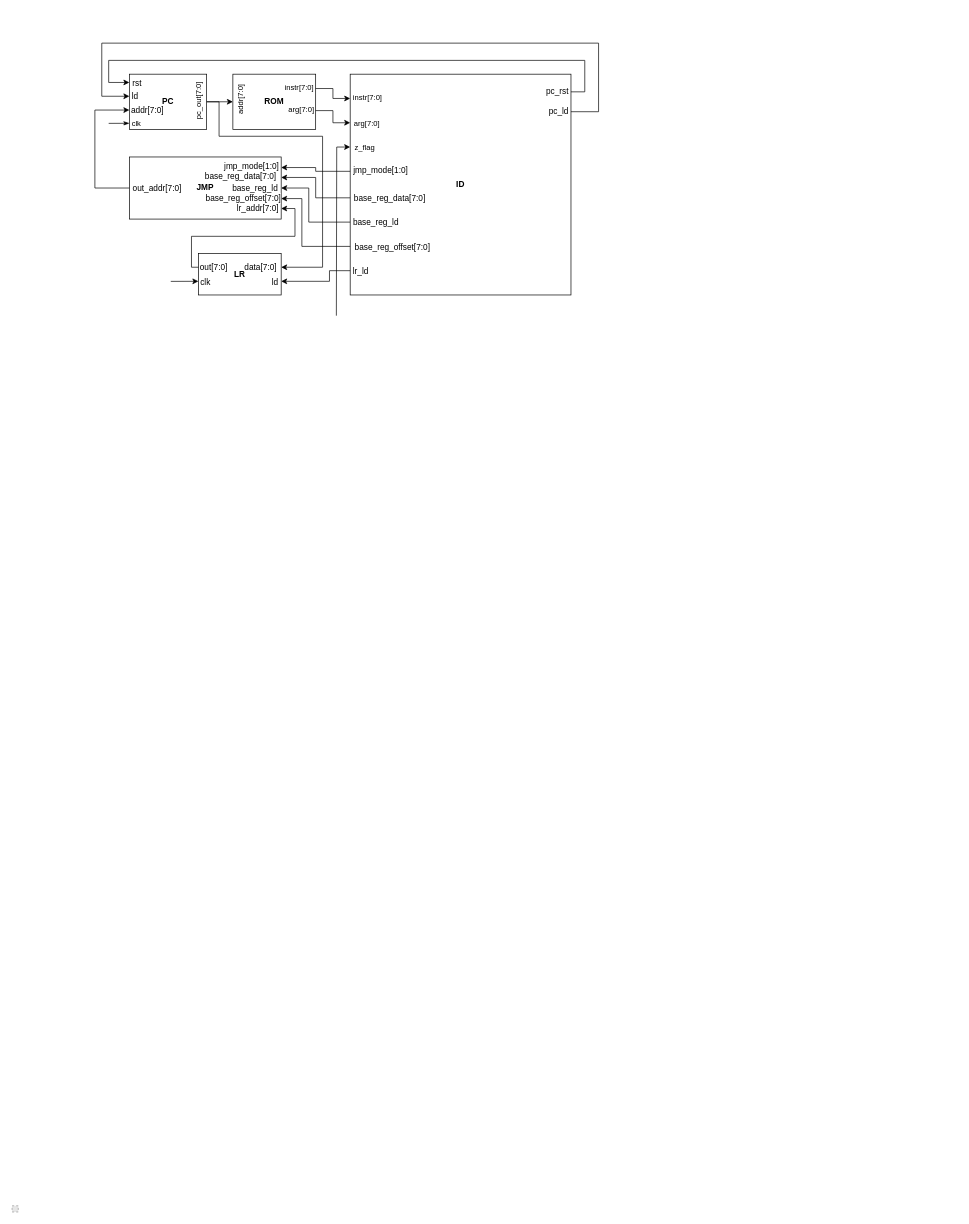
Above: Docs/cpu.drawio in orszoooo/OneCycleCPU (draw.io), before the change. Source tidied: cells renumbered, new cells numbered last; positions are measured from the earlier drawing's top-left corner, leaving out a move shared by most shapes. Both pictures are drawn from the tidied source at 69%, with x=0, y=0 at pixel (12, 43). Pictures stored in the file or linked from it are replaced by grey dashed boxes.
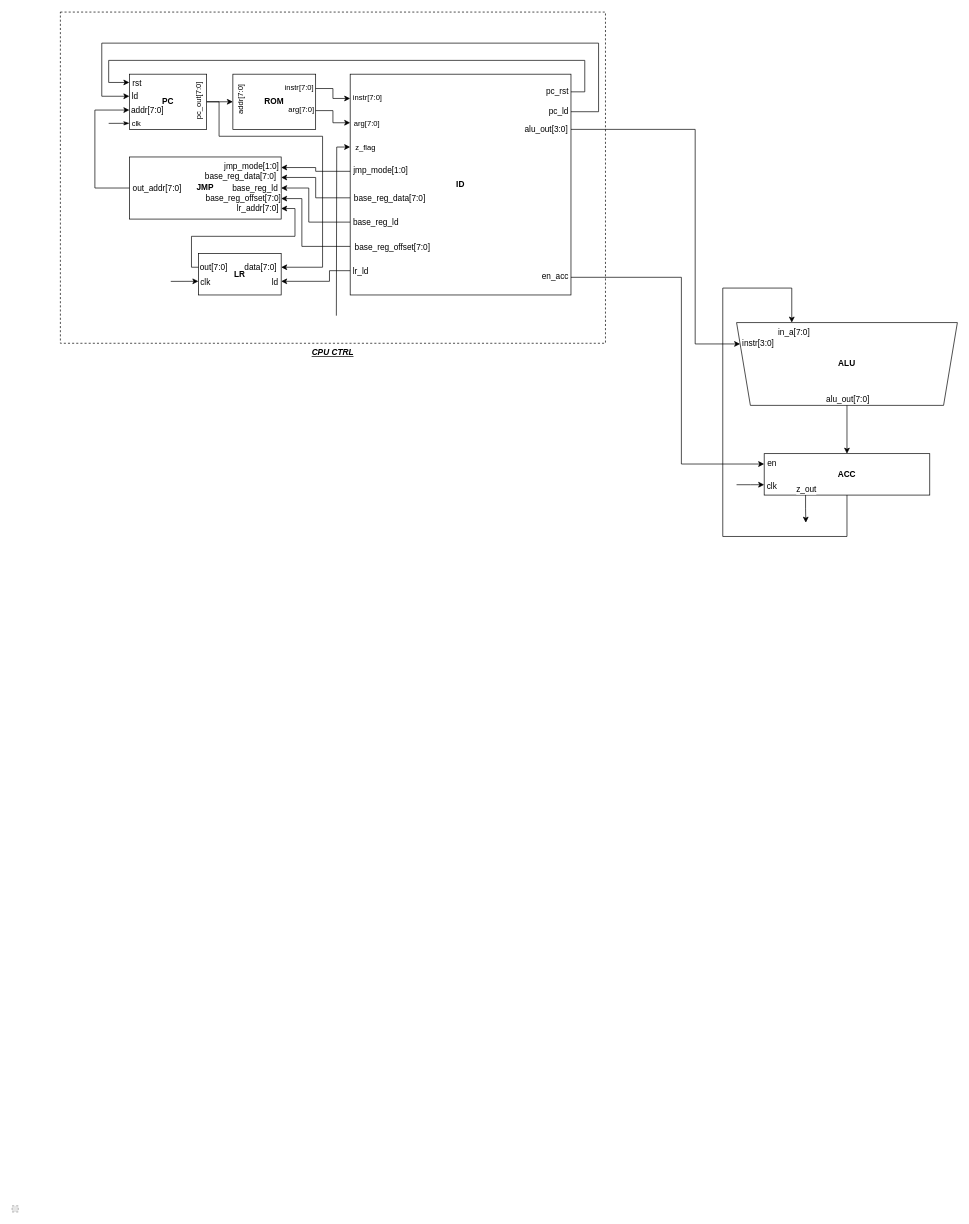
After the change.

The change refers to these unchanged cells:
```xml
<mxCell id="2" value="&lt;p&gt;&lt;span&gt;ID&lt;/span&gt;&lt;/p&gt;" style="rounded=0;whiteSpace=wrap;html=1;points=[[0,0.11,0,0,0],[0,0.22,0,0,0],[0,0.33,0,0,0],[0,0.44,0,0,0],[0,0.56,0,0,0],[0,0.67,0,0,0],[0,0.78,0,0,0],[0,0.89,0,0,0],[1,0.08,0,0,0],[1,0.17,0,0,0],[1,0.25,0,0,0],[1,0.33,0,0,0],[1,0.42,0,0,0],[1,0.5,0,0,0],[1,0.58,0,0,0],[1,0.67,0,0,0],[1,0.75,0,0,0],[1,0.83,0,0,0],[1,0.92,0,0,0]];fontStyle=1;" parent="1" vertex="1">
  <mxGeometry x="490" y="45" width="320" height="320" as="geometry" />
</mxCell>
<mxCell id="32" style="edgeStyle=orthogonalEdgeStyle;html=1;exitX=0;exitY=0.33;exitDx=0;exitDy=0;exitPerimeter=0;startArrow=classic;startFill=1;endArrow=none;endFill=0;rounded=0;" parent="1" edge="1" source="2">
  <mxGeometry relative="1" as="geometry">
    <mxPoint x="470" y="395" as="targetPoint" />
  </mxGeometry>
</mxCell>
```

Diff of the diagram source:
```diff
@@
+    <mxCell id="52" value="ACC" style="rounded=0;whiteSpace=wrap;html=1;strokeColor=default;fontFamily=Helvetica;fontSize=12;fontColor=default;fillColor=default;fontStyle=1;points=[[0,0.25,0,0,0],[0,0.75,0,0,0],[0.25,1,0,0,0],[0.5,0,0,0,0],[0.5,1,0,0,0]];" parent="1" vertex="1">
+      <mxGeometry x="1090" y="595" width="240" height="60" as="geometry" />
+    </mxCell>
+    <mxCell id="53" style="edgeStyle=orthogonalEdgeStyle;rounded=0;sketch=0;hachureGap=4;jiggle=2;curveFitting=1;html=1;exitX=0;exitY=0.75;exitDx=0;exitDy=0;exitPerimeter=0;fontFamily=Helvetica;fontSize=12;fontColor=default;startArrow=classic;startFill=1;endArrow=none;endFill=0;" parent="1" edge="1" source="52">
+      <mxGeometry relative="1" as="geometry">
+        <mxPoint x="1050" y="640" as="targetPoint" />
+      </mxGeometry>
+    </mxCell>
+    <mxCell id="54" value="clk" style="edgeLabel;html=1;align=center;verticalAlign=middle;fontSize=12;fontFamily=Helvetica;fontColor=default;" parent="53" vertex="1">
+      <mxGeometry x="-0.28" y="1" relative="1" as="geometry">
+        <mxPoint x="25" as="offset" />
+      </mxGeometry>
+    </mxCell>
+    <mxCell id="55" value="CPU CTRL" style="rounded=0;whiteSpace=wrap;html=1;strokeColor=default;fontFamily=Helvetica;fontSize=12;fontColor=default;fillColor=none;labelPosition=center;verticalLabelPosition=bottom;align=center;verticalAlign=top;fontStyle=7;dashed=1;" parent="1" vertex="1">
+      <mxGeometry x="70" y="-45" width="790" height="480" as="geometry" />
+    </mxCell>
+    <mxCell id="56" style="edgeStyle=orthogonalEdgeStyle;rounded=0;sketch=0;hachureGap=4;jiggle=2;curveFitting=1;html=1;exitX=1;exitY=0.92;exitDx=0;exitDy=0;exitPerimeter=0;fontFamily=Helvetica;fontSize=12;fontColor=default;startArrow=none;startFill=0;endArrow=classic;endFill=1;entryX=0;entryY=0.25;entryDx=0;entryDy=0;entryPerimeter=0;" parent="1" edge="1" source="2" target="52">
+      <mxGeometry relative="1" as="geometry">
+        <Array as="points">
+          <mxPoint x="970" y="339" />
+          <mxPoint x="970" y="610" />
+        </Array>
+      </mxGeometry>
+    </mxCell>
+    <mxCell id="57" value="en_acc" style="edgeLabel;html=1;align=center;verticalAlign=middle;fontSize=12;fontFamily=Helvetica;fontColor=default;" parent="56" vertex="1">
+      <mxGeometry x="-0.95" y="-2" relative="1" as="geometry">
+        <mxPoint x="-38" y="-3" as="offset" />
+      </mxGeometry>
+    </mxCell>
+    <mxCell id="58" value="en" style="edgeLabel;html=1;align=center;verticalAlign=middle;fontSize=12;fontFamily=Helvetica;fontColor=default;" parent="56" vertex="1">
+      <mxGeometry x="0.93" y="2" relative="1" as="geometry">
+        <mxPoint x="30" as="offset" />
+      </mxGeometry>
+    </mxCell>
+    <mxCell id="59" value="ALU" style="shape=trapezoid;perimeter=trapezoidPerimeter;whiteSpace=wrap;html=1;fixedSize=1;rounded=0;strokeColor=default;fontFamily=Helvetica;fontSize=12;fontColor=default;fillColor=default;flipV=1;fontStyle=1;" parent="1" vertex="1">
+      <mxGeometry x="1050" y="405" width="320" height="120" as="geometry" />
+    </mxCell>
+    <mxCell id="60" style="edgeStyle=orthogonalEdgeStyle;rounded=0;sketch=0;hachureGap=4;jiggle=2;curveFitting=1;html=1;exitX=0.5;exitY=1;exitDx=0;exitDy=0;fontFamily=Helvetica;fontSize=12;fontColor=default;startArrow=none;startFill=0;endArrow=classic;endFill=1;entryX=0.5;entryY=0;entryDx=0;entryDy=0;" parent="1" edge="1" source="59" target="52">
+      <mxGeometry relative="1" as="geometry" />
+    </mxCell>
+    <mxCell id="61" value="alu_out[7:0]" style="edgeLabel;html=1;align=center;verticalAlign=middle;fontSize=12;fontFamily=Helvetica;fontColor=default;" parent="60" vertex="1">
+      <mxGeometry x="-0.73" relative="1" as="geometry">
+        <mxPoint y="-19" as="offset" />
+      </mxGeometry>
+    </mxCell>
+    <mxCell id="62" style="edgeStyle=orthogonalEdgeStyle;rounded=0;sketch=0;hachureGap=4;jiggle=2;curveFitting=1;html=1;exitX=1;exitY=0.25;exitDx=0;exitDy=0;exitPerimeter=0;fontFamily=Helvetica;fontSize=12;fontColor=default;startArrow=none;startFill=0;endArrow=classic;endFill=1;entryX=0;entryY=0.25;entryDx=0;entryDy=0;" parent="1" edge="1" source="2" target="59">
+      <mxGeometry relative="1" as="geometry">
+        <Array as="points">
+          <mxPoint x="990" y="125" />
+          <mxPoint x="990" y="436" />
+        </Array>
+      </mxGeometry>
+    </mxCell>
+    <mxCell id="63" value="instr[3:0]" style="edgeLabel;html=1;align=center;verticalAlign=middle;fontSize=12;fontFamily=Helvetica;fontColor=default;" parent="62" vertex="1">
+      <mxGeometry x="0.8" y="-4" relative="1" as="geometry">
+        <mxPoint x="80" y="-5" as="offset" />
+      </mxGeometry>
+    </mxCell>
+    <mxCell id="64" value="alu_out[3:0]" style="edgeLabel;html=1;align=center;verticalAlign=middle;fontSize=12;fontFamily=Helvetica;fontColor=default;" parent="62" vertex="1">
+      <mxGeometry x="-0.86" y="-2" relative="1" as="geometry">
+        <mxPoint x="-76" y="-3" as="offset" />
+      </mxGeometry>
+    </mxCell>
@@
     <mxCell id="33" value="z_flag" style="edgeLabel;html=1;align=center;verticalAlign=middle;" parent="32" vertex="1">
       <mxGeometry x="0.39" y="2" relative="1" as="geometry">
-        <mxPoint x="38" y="-163" as="offset" />
+        <mxPoint x="39" y="-163" as="offset" />
       </mxGeometry>
     </mxCell>
@@
+    <mxCell id="65" style="edgeStyle=orthogonalEdgeStyle;rounded=0;sketch=0;hachureGap=4;jiggle=2;curveFitting=1;html=1;exitX=0.5;exitY=1;exitDx=0;exitDy=0;fontFamily=Helvetica;fontSize=12;fontColor=default;startArrow=none;startFill=0;endArrow=classic;endFill=1;entryX=0.25;entryY=0;entryDx=0;entryDy=0;" parent="1" edge="1" source="52" target="59">
+      <mxGeometry relative="1" as="geometry">
+        <Array as="points">
+          <mxPoint x="1210" y="715" />
+          <mxPoint x="1030" y="715" />
+          <mxPoint x="1030" y="355" />
+          <mxPoint x="1130" y="355" />
+        </Array>
+      </mxGeometry>
+    </mxCell>
+    <mxCell id="66" value="in_a[7:0]" style="edgeLabel;html=1;align=center;verticalAlign=middle;fontSize=12;fontFamily=Helvetica;fontColor=default;" parent="65" vertex="1">
+      <mxGeometry x="0.91" y="2" relative="1" as="geometry">
+        <mxPoint y="47" as="offset" />
+      </mxGeometry>
+    </mxCell>
+    <mxCell id="67" style="edgeStyle=orthogonalEdgeStyle;rounded=0;sketch=0;hachureGap=4;jiggle=2;curveFitting=1;html=1;exitX=0.25;exitY=1;exitDx=0;exitDy=0;exitPerimeter=0;fontFamily=Helvetica;fontSize=12;fontColor=default;startArrow=none;startFill=0;endArrow=classic;endFill=1;" parent="1" edge="1" source="52">
+      <mxGeometry relative="1" as="geometry">
+        <mxPoint x="1150.4" y="695" as="targetPoint" />
+      </mxGeometry>
+    </mxCell>
+    <mxCell id="68" value="z_out" style="edgeLabel;html=1;align=center;verticalAlign=middle;fontSize=12;fontFamily=Helvetica;fontColor=default;" parent="67" vertex="1">
+      <mxGeometry x="-0.63" relative="1" as="geometry">
+        <mxPoint y="-17" as="offset" />
+      </mxGeometry>
+    </mxCell>
```
